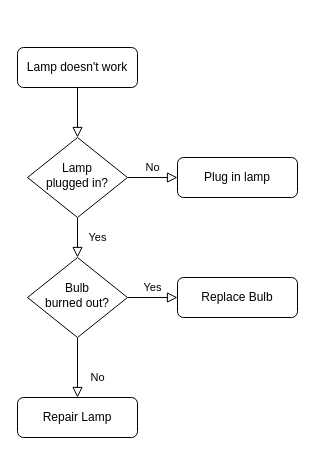
Before: Diagrama sem nome.drawio in mvrinaldi/fermentador, a draw.io diagram. Source tidied: cells renumbered, new cells numbered last; positions are measured from the earlier drawing's top-left corner, leaving out a move shared by most shapes. Both pictures are drawn from the tidied source at 100%, with x=0, y=0 at pixel (17, 47).
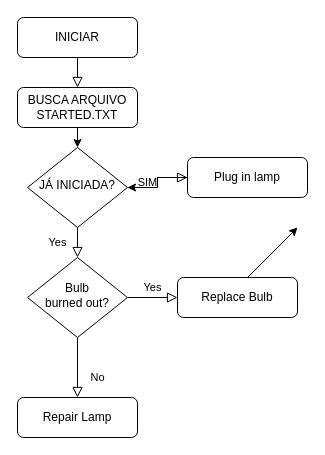
The same diagram, later.

The edit, as a diff of the source:
```diff
@@
 <mxGraphModel>
   <root>
     <mxCell id="0" />
     <mxCell id="1" parent="0" />
-    <mxCell id="2" style="rounded=0;html=1;jettySize=auto;fontSize=11;endArrow=block;endFill=0;endSize=8;strokeWidth=1;shadow=0;labelBackgroundColor=none;edgeStyle=orthogonalEdgeStyle;" parent="1" edge="1" source="3" target="6">
-      <mxGeometry relative="1" as="geometry" />
+    <mxCell id="2" style="rounded=0;html=1;jettySize=auto;fontSize=11;endArrow=block;endFill=0;endSize=8;strokeWidth=1;shadow=0;labelBackgroundColor=none;edgeStyle=orthogonalEdgeStyle;" parent="1" edge="1" source="3">
+      <mxGeometry relative="1" as="geometry">
+        <mxPoint x="60" y="40" as="targetPoint" />
+      </mxGeometry>
     </mxCell>
-    <mxCell id="3" value="Lamp doesn't work" style="rounded=1;whiteSpace=wrap;html=1;fontSize=12;glass=0;strokeWidth=1;shadow=0;" parent="1" vertex="1">
-      <mxGeometry width="120" height="40" as="geometry" />
+    <mxCell id="3" value="INICIAR" style="rounded=1;whiteSpace=wrap;html=1;fontSize=12;glass=0;strokeWidth=1;shadow=0;" parent="1" vertex="1">
+      <mxGeometry y="-30" width="120" height="40" as="geometry" />
     </mxCell>
     <mxCell id="4" value="Yes" style="rounded=0;html=1;jettySize=auto;fontSize=11;endArrow=block;endFill=0;endSize=8;strokeWidth=1;shadow=0;labelBackgroundColor=none;edgeStyle=orthogonalEdgeStyle;" parent="1" edge="1" source="6" target="10">
       <mxGeometry y="20" relative="1" as="geometry" />
     </mxCell>
-    <mxCell id="5" value="No" style="edgeStyle=orthogonalEdgeStyle;rounded=0;html=1;jettySize=auto;fontSize=11;endArrow=block;endFill=0;endSize=8;strokeWidth=1;shadow=0;labelBackgroundColor=none;" parent="1" edge="1" source="6" target="7">
-      <mxGeometry y="10" relative="1" as="geometry" />
+    <mxCell id="5" value="SIM" style="edgeStyle=orthogonalEdgeStyle;rounded=0;html=1;jettySize=auto;fontSize=11;endArrow=block;endFill=0;endSize=8;strokeWidth=1;shadow=0;labelBackgroundColor=none;" parent="1" edge="1" source="6" target="7">
+      <mxGeometry x="-0.43" y="5" relative="1" as="geometry" />
     </mxCell>
-    <mxCell id="6" value="Lamp&lt;br&gt;plugged in?" style="rhombus;whiteSpace=wrap;html=1;shadow=0;fontFamily=Helvetica;fontSize=12;align=center;strokeWidth=1;spacing=6;spacingTop=-4;" parent="1" vertex="1">
-      <mxGeometry x="10" y="90" width="100" height="80" as="geometry" />
+    <mxCell id="6" value="JÁ INICIADA?" style="rhombus;whiteSpace=wrap;html=1;shadow=0;fontFamily=Helvetica;fontSize=12;align=center;strokeWidth=1;spacing=6;spacingTop=-4;" parent="1" vertex="1">
+      <mxGeometry x="10" y="100" width="100" height="80" as="geometry" />
     </mxCell>
+    <mxCell id="13" style="edgeStyle=orthogonalEdgeStyle;rounded=0;jettySize=auto;html=1;" parent="1" edge="1" source="7" target="6">
+      <mxGeometry relative="1" as="geometry" />
+    </mxCell>
     <mxCell id="7" value="Plug in lamp" style="rounded=1;whiteSpace=wrap;html=1;fontSize=12;glass=0;strokeWidth=1;shadow=0;" parent="1" vertex="1">
-      <mxGeometry x="160" y="110" width="120" height="40" as="geometry" />
+      <mxGeometry x="170" y="110" width="120" height="40" as="geometry" />
     </mxCell>
     <mxCell id="8" value="No" style="rounded=0;html=1;jettySize=auto;fontSize=11;endArrow=block;endFill=0;endSize=8;strokeWidth=1;shadow=0;labelBackgroundColor=none;edgeStyle=orthogonalEdgeStyle;" parent="1" edge="1" source="10" target="11">
       <mxGeometry x="0.33" y="20" relative="1" as="geometry" />
     </mxCell>
     <mxCell id="9" value="Yes" style="edgeStyle=orthogonalEdgeStyle;rounded=0;html=1;jettySize=auto;fontSize=11;endArrow=block;endFill=0;endSize=8;strokeWidth=1;shadow=0;labelBackgroundColor=none;" parent="1" edge="1" source="10" target="12">
       <mxGeometry y="10" relative="1" as="geometry" />
     </mxCell>
     <mxCell id="10" value="Bulb&lt;br&gt;burned out?" style="rhombus;whiteSpace=wrap;html=1;shadow=0;fontFamily=Helvetica;fontSize=12;align=center;strokeWidth=1;spacing=6;spacingTop=-4;" parent="1" vertex="1">
       <mxGeometry x="10" y="210" width="100" height="80" as="geometry" />
     </mxCell>
     <mxCell id="11" value="Repair Lamp" style="rounded=1;whiteSpace=wrap;html=1;fontSize=12;glass=0;strokeWidth=1;shadow=0;" parent="1" vertex="1">
       <mxGeometry y="350" width="120" height="40" as="geometry" />
     </mxCell>
     <mxCell id="12" value="Replace Bulb" style="rounded=1;whiteSpace=wrap;html=1;fontSize=12;glass=0;strokeWidth=1;shadow=0;" parent="1" vertex="1">
       <mxGeometry x="160" y="230" width="120" height="40" as="geometry" />
     </mxCell>
+    <mxCell id="14" style="edgeStyle=orthogonalEdgeStyle;rounded=0;jettySize=auto;html=1;exitX=0.5;exitY=1;exitDx=0;exitDy=0;entryX=0.5;entryY=0;entryDx=0;entryDy=0;" parent="1" edge="1" source="15" target="6">
+      <mxGeometry relative="1" as="geometry" />
+    </mxCell>
+    <mxCell id="15" value="BUSCA ARQUIVO STARTED.TXT" style="rounded=1;whiteSpace=wrap;html=1;" parent="1" vertex="1">
+      <mxGeometry y="40" width="120" height="40" as="geometry" />
+    </mxCell>
+    <mxCell id="16" style="endArrow=classic;html=1;rounded=0;" parent="1" edge="1">
+      <mxGeometry relative="1" as="geometry">
+        <mxPoint x="230" y="230" as="sourcePoint" />
+        <mxPoint x="280" y="180" as="targetPoint" />
+      </mxGeometry>
+    </mxCell>
   </root>
 </mxGraphModel>
```
